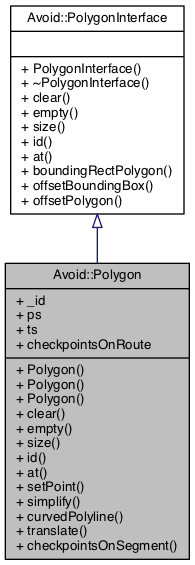
Above: documentation/classAvoid_1_1Polygon__coll__graph.png in mjwybrow/adaptagrams (Graphviz), before the change. Its source is kept beside it as documentation/classAvoid_1_1Polygon__coll__graph.dot.
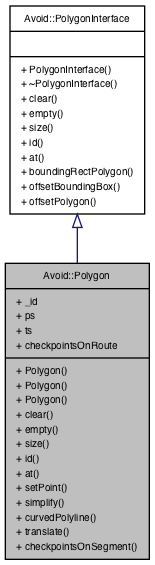
The same diagram one commit later.

Change to the diagram source:
```diff
@@ -2,7 +2,7 @@
 {
   edge [fontname="Helvetica",fontsize="10",labelfontname="Helvetica",labelfontsize="10"];
   node [fontname="Helvetica",fontsize="10",shape=record];
-  Node1 [label="{Avoid::Polygon\n|+ _id\l+ ps\l+ ts\l+ checkpointsOnRoute\l|+ Polygon()\l+ Polygon()\l+ Polygon()\l+ clear()\l+ empty()\l+ size()\l+ id()\l+ at()\l+ setPoint()\l+ simplify()\l+ curvedPolyline()\l+ translate()\l+ checkpointsOnSegment()\l}",height=0.2,width=0.4,color="black", fillcolor="grey75", style="filled", fontcolor="black"];
-  Node2 -> Node1 [dir="back",color="midnightblue",fontsize="10",style="solid",arrowtail="onormal",fontname="Helvetica"];
-  Node2 [label="{Avoid::PolygonInterface\n||+ PolygonInterface()\l+ ~PolygonInterface()\l+ clear()\l+ empty()\l+ size()\l+ id()\l+ at()\l+ boundingRectPolygon()\l+ offsetBoundingBox()\l+ offsetPolygon()\l}",height=0.2,width=0.4,color="black", fillcolor="white", style="filled",URL="$classAvoid_1_1PolygonInterface.html",tooltip="A common interface used by the Polygon classes. "];
+  Node3 [label="{Avoid::Polygon\n|+ _id\l+ ps\l+ ts\l+ checkpointsOnRoute\l|+ Polygon()\l+ Polygon()\l+ Polygon()\l+ clear()\l+ empty()\l+ size()\l+ id()\l+ at()\l+ setPoint()\l+ simplify()\l+ curvedPolyline()\l+ translate()\l+ checkpointsOnSegment()\l}",height=0.2,width=0.4,color="black", fillcolor="grey75", style="filled", fontcolor="black"];
+  Node4 -> Node3 [dir="back",color="midnightblue",fontsize="10",style="solid",arrowtail="onormal",fontname="Helvetica"];
+  Node4 [label="{Avoid::PolygonInterface\n||+ PolygonInterface()\l+ ~PolygonInterface()\l+ clear()\l+ empty()\l+ size()\l+ id()\l+ at()\l+ boundingRectPolygon()\l+ offsetBoundingBox()\l+ offsetPolygon()\l}",height=0.2,width=0.4,color="black", fillcolor="white", style="filled",URL="$classAvoid_1_1PolygonInterface.html",tooltip="A common interface used by the Polygon classes. "];
 }
```
